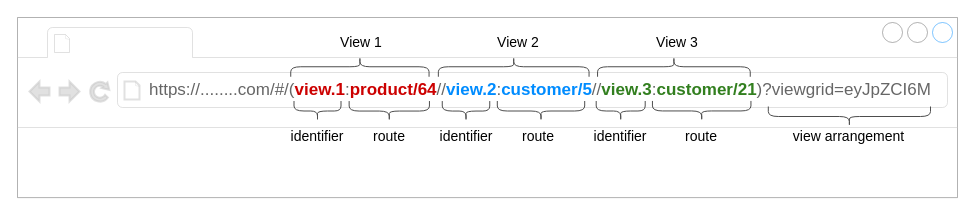
The draw.io diagram page "navigational-state" (2 of 2) of docs/site/images/images.drawio in SchweizerischeBundesbahnen/scion-workbench, before the edit. Source tidied: cells renumbered, new cells numbered last; positions are measured from the earlier drawing's top-left corner, leaving out a move shared by most shapes. Both pictures are drawn from the tidied source at 100%, with x=0, y=0 at pixel (17, -10).
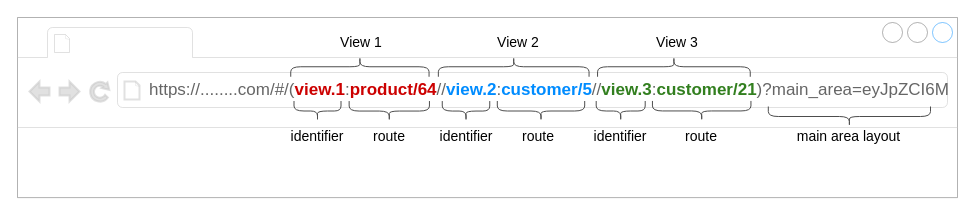
Above is the later version.

Unchanged cells that the change refers to:
```xml
<mxCell id="2" style="strokeWidth=1;shadow=0;dashed=0;align=center;html=1;shape=mxgraph.mockup.containers.browserWindow;rSize=0;strokeColor=#666666;strokeColor2=#008cff;strokeColor3=#c4c4c4;mainText=,;opacity=50;" parent="1" vertex="1">
  <mxGeometry y="27" width="940" height="180.1" as="geometry" />
</mxCell>
```

What changed in the source:
```diff
@@
-    <mxCell id="4" value="https://........com/#/(&lt;b&gt;&lt;font color=&quot;#cc0000&quot;&gt;view.1&lt;/font&gt;&lt;/b&gt;:&lt;b&gt;&lt;font color=&quot;#cc0000&quot;&gt;product/64&lt;/font&gt;&lt;/b&gt;//&lt;b&gt;&lt;font color=&quot;#008cff&quot;&gt;view.2&lt;/font&gt;&lt;/b&gt;:&lt;b&gt;&lt;font color=&quot;#008cff&quot;&gt;customer/5&lt;/font&gt;&lt;/b&gt;//&lt;b&gt;&lt;font color=&quot;#327f1f&quot;&gt;view.3&lt;/font&gt;&lt;/b&gt;:&lt;b&gt;&lt;font color=&quot;#327f1f&quot;&gt;customer/21&lt;/font&gt;&lt;/b&gt;)?viewgrid=eyJpZCI6M" style="strokeWidth=1;shadow=0;dashed=0;align=center;html=1;shape=mxgraph.mockup.containers.anchor;rSize=0;fontSize=17;fontColor=#666666;align=left;" parent="2" vertex="1">
+    <mxCell id="4" value="https://........com/#/(&lt;b&gt;&lt;font color=&quot;#cc0000&quot;&gt;view.1&lt;/font&gt;&lt;/b&gt;:&lt;b&gt;&lt;font color=&quot;#cc0000&quot;&gt;product/64&lt;/font&gt;&lt;/b&gt;//&lt;b&gt;&lt;font color=&quot;#008cff&quot;&gt;view.2&lt;/font&gt;&lt;/b&gt;:&lt;b&gt;&lt;font color=&quot;#008cff&quot;&gt;customer/5&lt;/font&gt;&lt;/b&gt;//&lt;b&gt;&lt;font color=&quot;#327f1f&quot;&gt;view.3&lt;/font&gt;&lt;/b&gt;:&lt;b&gt;&lt;font color=&quot;#327f1f&quot;&gt;customer/21&lt;/font&gt;&lt;/b&gt;)?main_area=eyJpZCI6M" style="strokeWidth=1;shadow=0;dashed=0;align=center;html=1;shape=mxgraph.mockup.containers.anchor;rSize=0;fontSize=17;fontColor=#666666;align=left;" parent="2" vertex="1">
       <mxGeometry x="130" y="60" width="673" height="25" as="geometry" />
     </mxCell>
@@
-    <mxCell id="24" value="&lt;font&gt;&lt;span style=&quot;font-size: 14px&quot;&gt;view arrangement&lt;/span&gt;&lt;br&gt;&lt;/font&gt;" style="text;html=1;strokeColor=none;fillColor=none;align=center;verticalAlign=middle;whiteSpace=wrap;rounded=0;comic=1;" parent="2" vertex="1">
+    <mxCell id="24" value="&lt;span style=&quot;font-size: 14px&quot;&gt;main area layout&lt;/span&gt;" style="text;html=1;strokeColor=none;fillColor=none;align=center;verticalAlign=middle;whiteSpace=wrap;rounded=0;comic=1;" parent="2" vertex="1">
       <mxGeometry x="770.3" y="109.2" width="123.2" height="20" as="geometry" />
     </mxCell>
```
